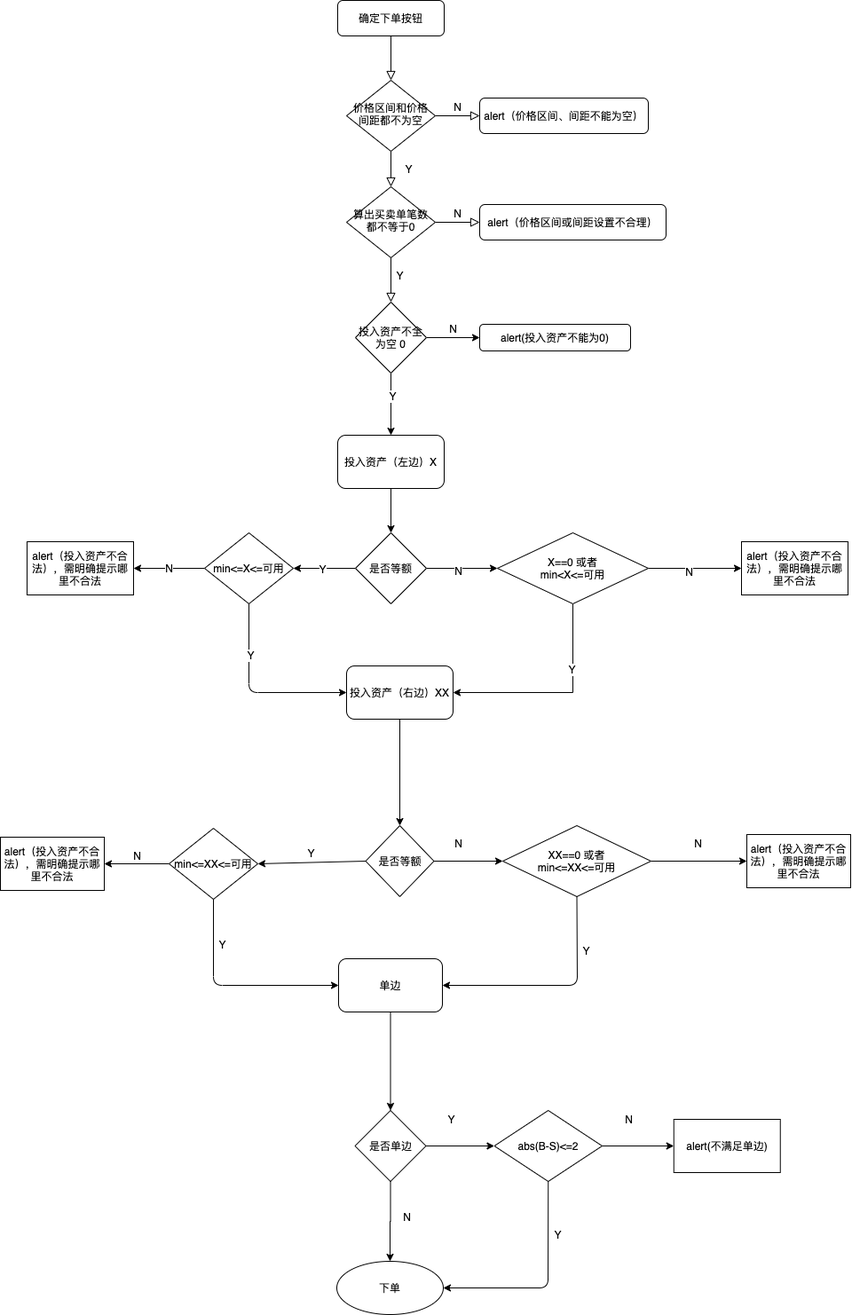
niuhb/album keeps this draw.io diagram as Untitled Diagram.png. Above is the earlier version. Source tidied: cells renumbered, new cells last; positions are measured from the earlier drawing's top-left corner, leaving out a move shared by most shapes.
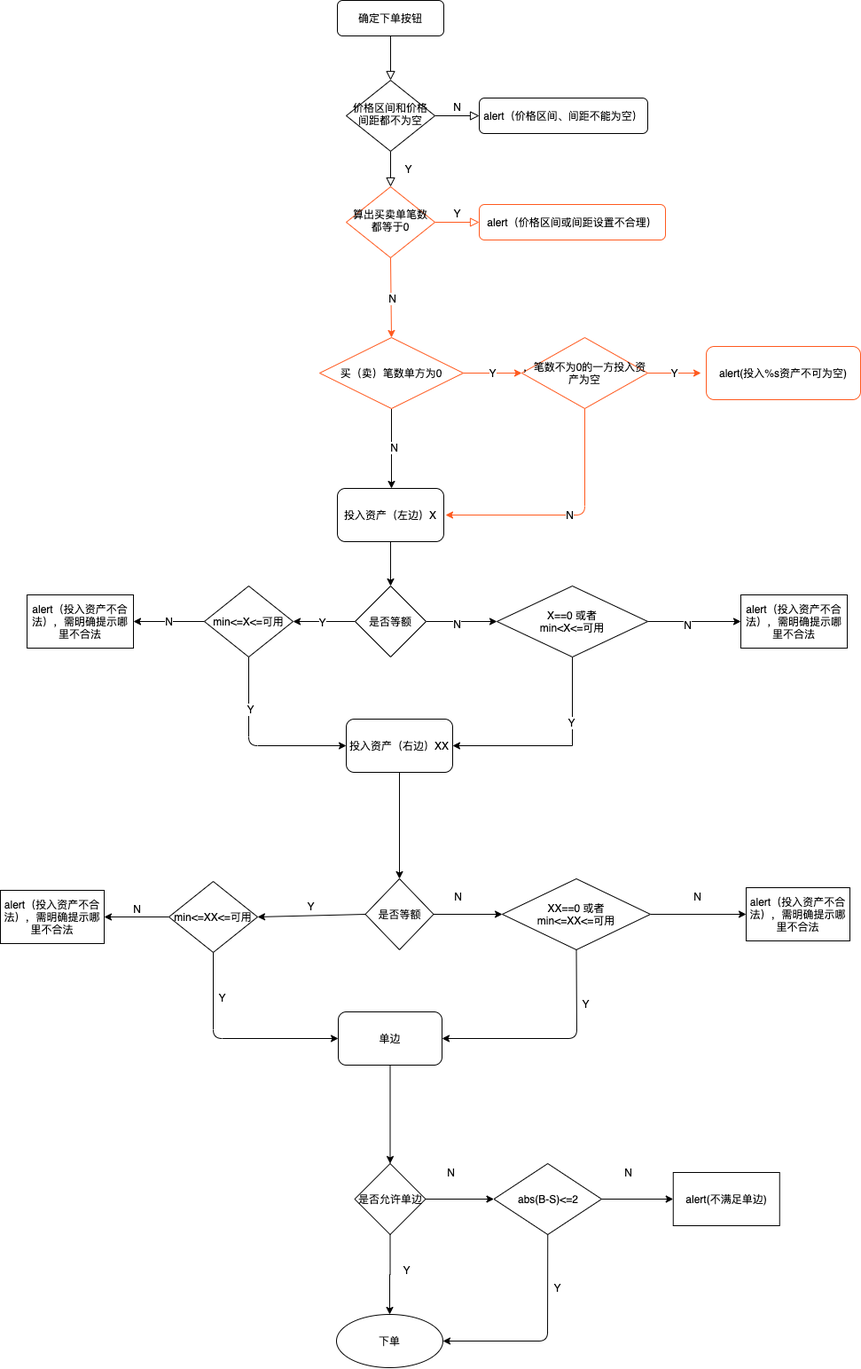
After the commit.

The edit, as a diff of the source:
```diff
@@ -6,7 +6,7 @@
       <mxGeometry relative="1" as="geometry" />
     </mxCell>
     <mxCell id="3" value="确定下单按钮" style="rounded=1;whiteSpace=wrap;html=1;fontSize=12;glass=0;strokeWidth=1;shadow=0;" parent="1" vertex="1">
-      <mxGeometry x="380" width="120" height="40" as="geometry" />
+      <mxGeometry x="380" y="-60" width="120" height="40" as="geometry" />
     </mxCell>
     <mxCell id="4" value="Y" style="rounded=0;html=1;jettySize=auto;fontSize=11;endArrow=block;endFill=0;endSize=8;strokeWidth=1;shadow=0;labelBackgroundColor=none;edgeStyle=orthogonalEdgeStyle;" parent="1" edge="1" source="6" target="9">
       <mxGeometry y="20" relative="1" as="geometry" />
@@ -15,40 +15,20 @@
       <mxGeometry y="10" relative="1" as="geometry" />
     </mxCell>
     <mxCell id="6" value="价格区间和价格间距都不为空" style="rhombus;whiteSpace=wrap;html=1;shadow=0;fontFamily=Helvetica;fontSize=12;align=center;strokeWidth=1;spacing=6;spacingTop=-4;" parent="1" vertex="1">
-      <mxGeometry x="390" y="90" width="100" height="80" as="geometry" />
+      <mxGeometry x="390" y="30" width="100" height="80" as="geometry" />
     </mxCell>
     <mxCell id="7" value="alert（价格区间、间距不能为空）" style="rounded=1;whiteSpace=wrap;html=1;fontSize=12;glass=0;strokeWidth=1;shadow=0;" parent="1" vertex="1">
-      <mxGeometry x="540" y="110" width="190" height="40" as="geometry" />
+      <mxGeometry x="540" y="50" width="190" height="40" as="geometry" />
     </mxCell>
-    <mxCell id="8" value="N" style="edgeStyle=orthogonalEdgeStyle;rounded=0;html=1;jettySize=auto;fontSize=11;endArrow=block;endFill=0;endSize=8;strokeWidth=1;shadow=0;labelBackgroundColor=none;" parent="1" edge="1" source="9" target="10">
+    <mxCell id="8" value="Y" style="edgeStyle=orthogonalEdgeStyle;rounded=0;html=1;jettySize=auto;fontSize=11;endArrow=block;endFill=0;endSize=8;strokeWidth=1;shadow=0;labelBackgroundColor=none;strokeColor=#FF5A1F;" parent="1" edge="1" source="9" target="10">
       <mxGeometry y="10" relative="1" as="geometry" />
     </mxCell>
-    <mxCell id="9" value="算出买卖单笔数都不等于0" style="rhombus;whiteSpace=wrap;html=1;shadow=0;fontFamily=Helvetica;fontSize=12;align=center;strokeWidth=1;spacing=6;spacingTop=-4;" parent="1" vertex="1">
-      <mxGeometry x="390" y="210" width="100" height="80" as="geometry" />
+    <mxCell id="9" value="算出买卖单笔数都等于0" style="rhombus;whiteSpace=wrap;html=1;shadow=0;fontFamily=Helvetica;fontSize=12;align=center;strokeWidth=1;spacing=6;spacingTop=-4;strokeColor=#FF5A1F;" parent="1" vertex="1">
+      <mxGeometry x="390" y="150" width="100" height="80" as="geometry" />
     </mxCell>
-    <mxCell id="10" value="alert（价格区间或间距设置不合理）" style="rounded=1;whiteSpace=wrap;html=1;fontSize=12;glass=0;strokeWidth=1;shadow=0;" parent="1" vertex="1">
-      <mxGeometry x="540" y="230" width="210" height="40" as="geometry" />
+    <mxCell id="10" value="alert（价格区间或间距设置不合理）" style="rounded=1;whiteSpace=wrap;html=1;fontSize=12;glass=0;strokeWidth=1;shadow=0;strokeColor=#FF5A1F;" parent="1" vertex="1">
+      <mxGeometry x="540" y="170" width="210" height="40" as="geometry" />
     </mxCell>
-    <mxCell id="11" style="edgeStyle=orthogonalEdgeStyle;rounded=0;jettySize=auto;html=1;" parent="1" edge="1" source="14">
-      <mxGeometry relative="1" as="geometry">
-        <mxPoint x="540" y="380" as="targetPoint" />
-      </mxGeometry>
-    </mxCell>
-    <mxCell id="12" style="edgeStyle=orthogonalEdgeStyle;rounded=0;jettySize=auto;html=1;" parent="1" edge="1" source="14" target="24">
-      <mxGeometry relative="1" as="geometry" />
-    </mxCell>
-    <mxCell id="13" value="Y" style="edgeLabel;html=1;align=center;verticalAlign=middle;" parent="12" vertex="1">
-      <mxGeometry x="-0.29" y="1" relative="1" as="geometry" />
-    </mxCell>
-    <mxCell id="14" value="投入资产不全为空 0" style="rhombus;whiteSpace=wrap;html=1;" parent="1" vertex="1">
-      <mxGeometry x="400" y="340" width="80" height="80" as="geometry" />
-    </mxCell>
-    <mxCell id="15" value="Y" style="rounded=0;html=1;jettySize=auto;fontSize=11;endArrow=block;endFill=0;endSize=8;strokeWidth=1;shadow=0;labelBackgroundColor=none;edgeStyle=orthogonalEdgeStyle;" parent="1" edge="1" source="9" target="14">
-      <mxGeometry x="-0.2" y="10" relative="1" as="geometry" />
-    </mxCell>
-    <mxCell id="16" value="alert(投入资产不能为0)" style="rounded=1;whiteSpace=wrap;html=1;" parent="1" vertex="1">
-      <mxGeometry x="540" y="365" width="170" height="30" as="geometry" />
-    </mxCell>
     <mxCell id="17" style="edgeStyle=orthogonalEdgeStyle;rounded=0;jettySize=auto;html=1;" parent="1" edge="1" source="21" target="26">
       <mxGeometry relative="1" as="geometry" />
     </mxCell>
@@ -68,9 +48,6 @@
     <mxCell id="21" value="是否等额" style="rhombus;whiteSpace=wrap;html=1;" parent="1" vertex="1">
       <mxGeometry x="400" y="600" width="80" height="80" as="geometry" />
     </mxCell>
-    <mxCell id="22" value="N" style="text;html=1;align=center;verticalAlign=middle;" parent="1" vertex="1">
-      <mxGeometry x="500" y="360" width="20" height="20" as="geometry" />
-    </mxCell>
     <mxCell id="23" style="edgeStyle=orthogonalEdgeStyle;rounded=0;jettySize=auto;html=1;" parent="1" edge="1" source="24" target="21">
       <mxGeometry relative="1" as="geometry" />
     </mxCell>
@@ -160,13 +137,13 @@
     <mxCell id="49" style="edgeStyle=orthogonalEdgeStyle;rounded=0;jettySize=auto;html=1;" parent="1" edge="1" source="50" target="54">
       <mxGeometry relative="1" as="geometry" />
     </mxCell>
-    <mxCell id="50" value="是否单边" style="rhombus;whiteSpace=wrap;html=1;" parent="1" vertex="1">
+    <mxCell id="50" value="是否允许单边" style="rhombus;whiteSpace=wrap;html=1;" parent="1" vertex="1">
       <mxGeometry x="399.5" y="1251" width="80" height="80" as="geometry" />
     </mxCell>
     <mxCell id="51" value="下单" style="ellipse;whiteSpace=wrap;html=1;fontFamily=Helvetica;fontSize=12;fontColor=#000000;align=center;strokeColor=#000000;fillColor=#ffffff;" parent="1" vertex="1">
       <mxGeometry x="379" y="1421" width="120" height="60" as="geometry" />
     </mxCell>
-    <mxCell id="52" value="N" style="text;html=1;align=center;verticalAlign=middle;" parent="1" vertex="1">
+    <mxCell id="52" value="Y" style="text;html=1;align=center;verticalAlign=middle;" parent="1" vertex="1">
       <mxGeometry x="448" y="1361" width="20" height="20" as="geometry" />
     </mxCell>
     <mxCell id="53" style="edgeStyle=orthogonalEdgeStyle;rounded=0;jettySize=auto;html=1;" parent="1" edge="1" source="54" target="58">
@@ -175,7 +152,7 @@
     <mxCell id="54" value="abs(B-S)&amp;lt;=2" style="rhombus;whiteSpace=wrap;html=1;" parent="1" vertex="1">
       <mxGeometry x="556.5" y="1251" width="121.5" height="80" as="geometry" />
     </mxCell>
-    <mxCell id="55" value="Y" style="text;html=1;align=center;verticalAlign=middle;" parent="1" vertex="1">
+    <mxCell id="55" value="N" style="text;html=1;align=center;verticalAlign=middle;" parent="1" vertex="1">
       <mxGeometry x="498" y="1251" width="20" height="20" as="geometry" />
     </mxCell>
     <mxCell id="56" style="endArrow=classic;html=1;exitX=0.5;exitY=1;exitDx=0;exitDy=0;entryX=1;entryY=0.5;entryDx=0;entryDy=0;" parent="1" edge="1" source="54" target="51">
@@ -237,5 +214,44 @@
         <mxPoint x="6" as="offset" />
       </mxGeometry>
     </mxCell>
+    <mxCell id="69" style="endArrow=classic;html=1;exitX=0.5;exitY=1;exitDx=0;exitDy=0;entryX=0.5;entryY=0;entryDx=0;entryDy=0;" parent="1" edge="1" source="71">
+      <mxGeometry relative="1" as="geometry">
+        <mxPoint x="441" y="490" as="targetPoint" />
+      </mxGeometry>
+    </mxCell>
+    <mxCell id="70" value="N" style="edgeLabel;html=1;align=center;verticalAlign=middle;" parent="69" vertex="1">
+      <mxGeometry x="-0.07" y="2" relative="1" as="geometry" />
+    </mxCell>
+    <mxCell id="71" value="&lt;span&gt;买（卖）笔数单方为0&lt;/span&gt;" style="rhombus;whiteSpace=wrap;html=1;strokeColor=#FF5A1F;" parent="1" vertex="1">
+      <mxGeometry x="360" y="320" width="162" height="80" as="geometry" />
+    </mxCell>
+    <mxCell id="72" style="endArrow=classic;html=1;exitX=0.5;exitY=1;exitDx=0;exitDy=0;entryX=0.5;entryY=0;entryDx=0;entryDy=0;strokeColor=#FF5A1F;" parent="1" edge="1" source="9" target="71">
+      <mxGeometry relative="1" as="geometry" />
+    </mxCell>
+    <mxCell id="73" value="N" style="edgeLabel;html=1;align=center;verticalAlign=middle;strokeColor=#FF5A1F;" parent="72" vertex="1">
+      <mxGeometry relative="1" as="geometry" />
+    </mxCell>
+    <mxCell id="74" value="alert(投入%s资产不可为空)" style="rounded=1;whiteSpace=wrap;html=1;strokeColor=#FF5A1F;" parent="1" vertex="1">
+      <mxGeometry x="796" y="330" width="174" height="60" as="geometry" />
+    </mxCell>
+    <mxCell id="75" value="&lt;span&gt;，笔数不为0的一方投入资产为空&lt;/span&gt;" style="rhombus;whiteSpace=wrap;html=1;strokeColor=#FF5A1F;" parent="1" vertex="1">
+      <mxGeometry x="588" y="320" width="142" height="80" as="geometry" />
+    </mxCell>
+    <mxCell id="76" value="Y" style="endArrow=classic;html=1;strokeColor=#FF5A1F;exitX=1;exitY=0.5;exitDx=0;exitDy=0;entryX=0;entryY=0.5;entryDx=0;entryDy=0;" parent="1" edge="1" source="71" target="75">
+      <mxGeometry relative="1" as="geometry" />
+    </mxCell>
+    <mxCell id="77" value="Y" style="endArrow=classic;html=1;strokeColor=#FF5A1F;exitX=1;exitY=0.5;exitDx=0;exitDy=0;" parent="1" edge="1" source="75">
+      <mxGeometry relative="1" as="geometry">
+        <mxPoint x="790" y="360" as="targetPoint" />
+      </mxGeometry>
+    </mxCell>
+    <mxCell id="78" value="N" style="endArrow=classic;html=1;strokeColor=#FF5A1F;exitX=0.5;exitY=1;exitDx=0;exitDy=0;" parent="1" edge="1" source="75">
+      <mxGeometry relative="1" as="geometry">
+        <mxPoint x="502" y="520" as="targetPoint" />
+        <Array as="points">
+          <mxPoint x="659" y="520" />
+        </Array>
+      </mxGeometry>
+    </mxCell>
   </root>
 </mxGraphModel>
```
